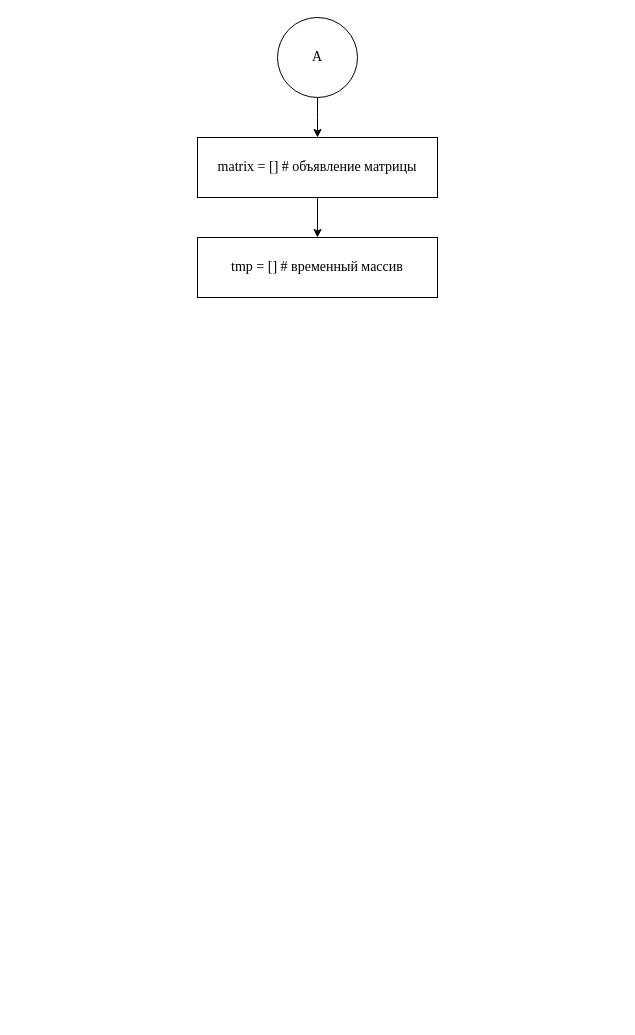
The draw.io diagram page "Страница 2" (2 of 5) of 1 курс/Информатика/Практические работы/12/Диаграмма без названия.drawio in Kirill010/RTU-MIREA, before the edit. Source tidied: cells renumbered, new cells numbered last; positions are measured from the earlier drawing's top-left corner, leaving out a move shared by most shapes. Both pictures are drawn from the tidied source at 100%, with x=0, y=0 at pixel (197, 17).
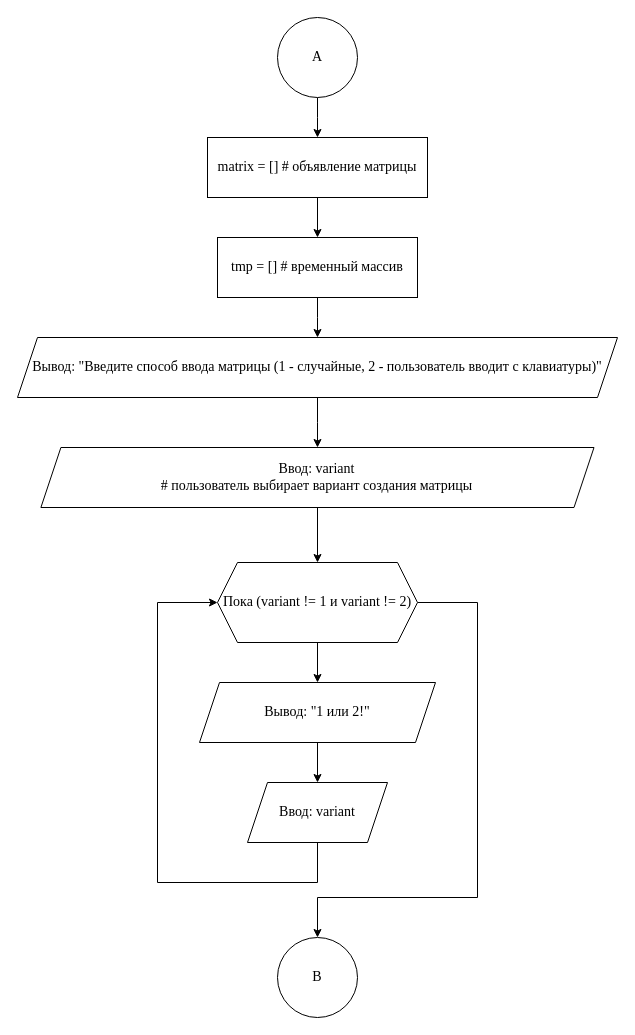
The same page after the edit.

The edit, as a diff of the source:
```diff
@@
     <mxCell id="5" value="matrix = [] # объявление матрицы" style="rounded=0;whiteSpace=wrap;html=1;fontFamily=Times New Roman;fontSize=14;" parent="1" vertex="1">
-      <mxGeometry y="120" width="240" height="60" as="geometry" />
+      <mxGeometry x="10" y="120" width="220" height="60" as="geometry" />
     </mxCell>
+    <mxCell id="7" style="edgeStyle=orthogonalEdgeStyle;rounded=0;jettySize=auto;html=1;fontFamily=Times New Roman;fontSize=14;" parent="1" edge="1" source="6">
+      <mxGeometry relative="1" as="geometry">
+        <mxPoint x="120" y="320" as="targetPoint" />
+      </mxGeometry>
+    </mxCell>
     <mxCell id="6" value="tmp = [] # временный массив" style="rounded=0;whiteSpace=wrap;html=1;fontFamily=Times New Roman;fontSize=14;" parent="1" vertex="1">
-      <mxGeometry y="220" width="240" height="60" as="geometry" />
+      <mxGeometry x="20" y="220" width="200" height="60" as="geometry" />
     </mxCell>
+    <mxCell id="8" style="edgeStyle=orthogonalEdgeStyle;rounded=0;jettySize=auto;html=1;fontFamily=Times New Roman;fontSize=14;" parent="1" edge="1" source="9" target="11">
+      <mxGeometry relative="1" as="geometry" />
+    </mxCell>
+    <mxCell id="9" value="Вывод: &quot;Введите способ ввода матрицы (1 - случайные, 2 - пользователь вводит с клавиатуры)&quot;" style="shape=parallelogram;perimeter=parallelogramPerimeter;whiteSpace=wrap;html=1;fixedSize=1;fontFamily=Times New Roman;fontSize=14;" parent="1" vertex="1">
+      <mxGeometry x="-180" y="320" width="600" height="60" as="geometry" />
+    </mxCell>
+    <mxCell id="10" style="edgeStyle=orthogonalEdgeStyle;rounded=0;jettySize=auto;html=1;entryX=0.5;entryY=0;entryDx=0;entryDy=0;fontFamily=Times New Roman;fontSize=14;" parent="1" edge="1" source="11" target="14">
+      <mxGeometry relative="1" as="geometry" />
+    </mxCell>
+    <mxCell id="11" value="Ввод: variant&lt;br&gt;# пользователь выбирает вариант создания матрицы" style="shape=parallelogram;perimeter=parallelogramPerimeter;whiteSpace=wrap;html=1;fixedSize=1;fontFamily=Times New Roman;fontSize=14;" parent="1" vertex="1">
+      <mxGeometry x="-156.6" y="430" width="553.1" height="60" as="geometry" />
+    </mxCell>
+    <mxCell id="12" style="edgeStyle=orthogonalEdgeStyle;rounded=0;jettySize=auto;html=1;entryX=0.5;entryY=0;entryDx=0;entryDy=0;fontFamily=Times New Roman;fontSize=14;" parent="1" edge="1" source="14" target="16">
+      <mxGeometry relative="1" as="geometry" />
+    </mxCell>
+    <mxCell id="13" style="edgeStyle=orthogonalEdgeStyle;rounded=0;jettySize=auto;html=1;fontFamily=Times New Roman;fontSize=14;entryX=0.5;entryY=0;entryDx=0;entryDy=0;" parent="1" edge="1" source="14" target="19">
+      <mxGeometry relative="1" as="geometry">
+        <Array as="points">
+          <mxPoint x="280" y="585" />
+          <mxPoint x="280" y="880" />
+          <mxPoint x="120" y="880" />
+        </Array>
+      </mxGeometry>
+    </mxCell>
+    <mxCell id="14" value="Пока (variant != 1 и variant != 2)" style="shape=hexagon;perimeter=hexagonPerimeter2;whiteSpace=wrap;html=1;fixedSize=1;fontFamily=Times New Roman;fontSize=14;" parent="1" vertex="1">
+      <mxGeometry x="20" y="545" width="200" height="80" as="geometry" />
+    </mxCell>
+    <mxCell id="15" style="edgeStyle=orthogonalEdgeStyle;rounded=0;jettySize=auto;html=1;fontFamily=Times New Roman;fontSize=14;" parent="1" edge="1" source="16" target="18">
+      <mxGeometry relative="1" as="geometry" />
+    </mxCell>
+    <mxCell id="16" value="Вывод: &quot;1 или 2!&quot;" style="shape=parallelogram;perimeter=parallelogramPerimeter;whiteSpace=wrap;html=1;fixedSize=1;fontFamily=Times New Roman;fontSize=14;" parent="1" vertex="1">
+      <mxGeometry x="2" y="665" width="236" height="60" as="geometry" />
+    </mxCell>
+    <mxCell id="17" style="edgeStyle=orthogonalEdgeStyle;rounded=0;jettySize=auto;html=1;exitX=0.5;exitY=1;exitDx=0;exitDy=0;fontFamily=Times New Roman;fontSize=14;entryX=0;entryY=0.5;entryDx=0;entryDy=0;" parent="1" edge="1" source="18" target="14">
+      <mxGeometry relative="1" as="geometry">
+        <Array as="points">
+          <mxPoint x="120" y="865" />
+          <mxPoint x="-40" y="865" />
+          <mxPoint x="-40" y="585" />
+        </Array>
+      </mxGeometry>
+    </mxCell>
+    <mxCell id="18" value="Ввод: variant" style="shape=parallelogram;perimeter=parallelogramPerimeter;whiteSpace=wrap;html=1;fixedSize=1;fontFamily=Times New Roman;fontSize=14;" parent="1" vertex="1">
+      <mxGeometry x="50" y="765" width="140" height="60" as="geometry" />
+    </mxCell>
+    <mxCell id="19" value="B" style="ellipse;whiteSpace=wrap;html=1;fontFamily=Times New Roman;fontSize=14;" parent="1" vertex="1">
+      <mxGeometry x="80" y="920" width="80" height="80" as="geometry" />
+    </mxCell>
```
